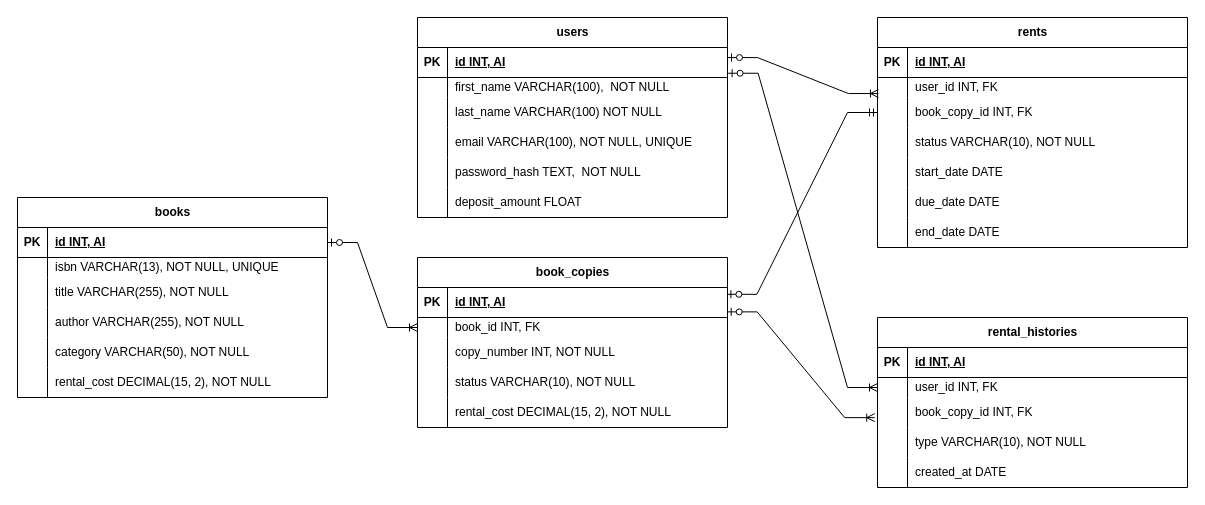
Above: miniproject.drawio in suryasaputra2016/YourFirstSite (draw.io), before the change. Source tidied: cells renumbered, new cells numbered last; positions are measured from the earlier drawing's top-left corner, leaving out a move shared by most shapes. Both pictures are drawn from the tidied source at 100%, with x=0, y=0 at pixel (17, 17).
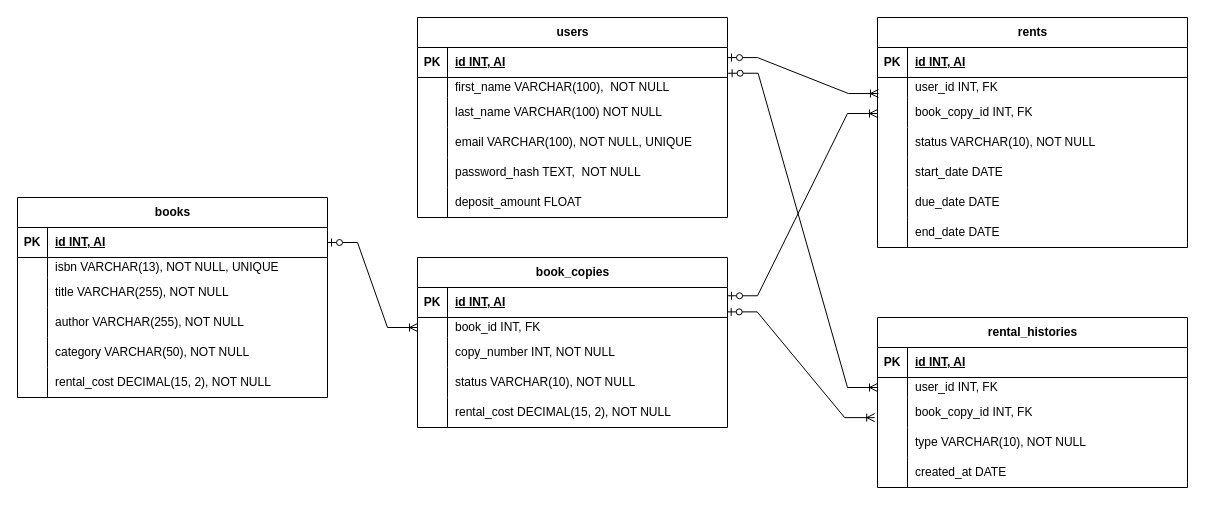
The same diagram, later.

Unchanged cells that the change refers to:
```xml
<mxCell id="28" style="shape=tableRow;horizontal=0;startSize=0;swimlaneHead=0;swimlaneBody=0;fillColor=none;points=[[0,0.5],[1,0.5]];portConstraint=eastwest;top=0;left=0;right=0;bottom=0;" parent="21" vertex="1">
  <mxGeometry y="80" width="310" height="30" as="geometry" />
</mxCell>
<mxCell id="63" style="shape=tableRow;horizontal=0;startSize=0;swimlaneHead=0;swimlaneBody=0;fillColor=none;points=[[0,0.5],[1,0.5]];portConstraint=eastwest;top=0;left=0;right=0;bottom=1;" parent="62" vertex="1">
  <mxGeometry y="30" width="310" height="30" as="geometry" />
</mxCell>
```

Change to the diagram source:
```diff
@@
-    <mxCell id="98" style="edgeStyle=entityRelationEdgeStyle;fontSize=12;html=1;endArrow=ERzeroToOne;startArrow=ERmandOne;rounded=0;entryX=0.998;entryY=0.227;entryDx=0;entryDy=0;entryPerimeter=0;exitX=0;exitY=0.5;exitDx=0;exitDy=0;" parent="1" edge="1" source="28" target="63">
-      <mxGeometry relative="1" as="geometry" />
-    </mxCell>
+    <mxCell id="99" style="edgeStyle=entityRelationEdgeStyle;fontSize=12;html=1;endArrow=ERoneToMany;startArrow=ERzeroToOne;rounded=0;entryX=0.003;entryY=0.802;entryDx=0;entryDy=0;entryPerimeter=0;exitX=1;exitY=0.276;exitDx=0;exitDy=0;exitPerimeter=0;" parent="1" edge="1" source="63">
+      <mxGeometry relative="1" as="geometry">
+        <mxPoint x="860" y="96" as="targetPoint" />
+        <Array as="points">
+          <mxPoint x="789" y="435" />
+        </Array>
+      </mxGeometry>
+    </mxCell>
```
